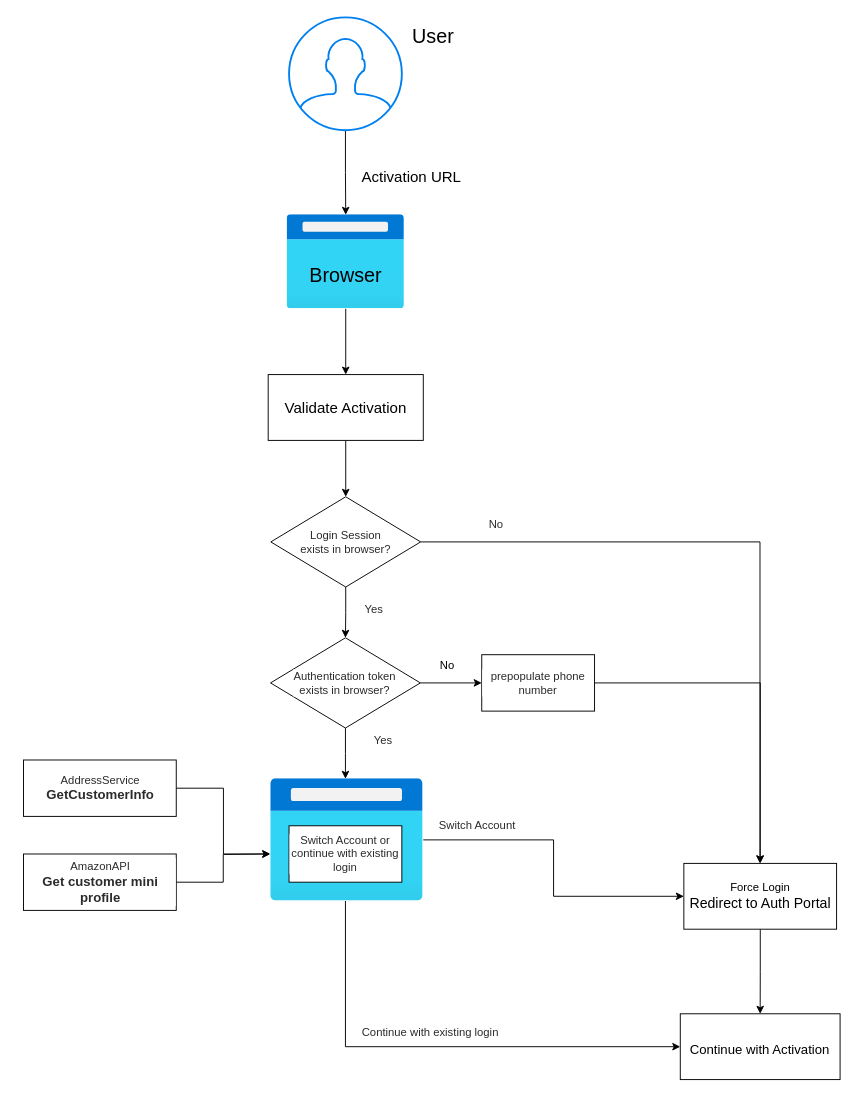
This is V1ActivationNewFlow.drawio from nipunsoni23/Portfolio, a draw.io file, before an edit. Source tidied: cells renumbered, new cells numbered last; positions are measured from the earlier drawing's top-left corner, leaving out a move shared by most shapes. Both pictures are drawn from the tidied source at 94%, with x=0, y=0 at pixel (24, 17).
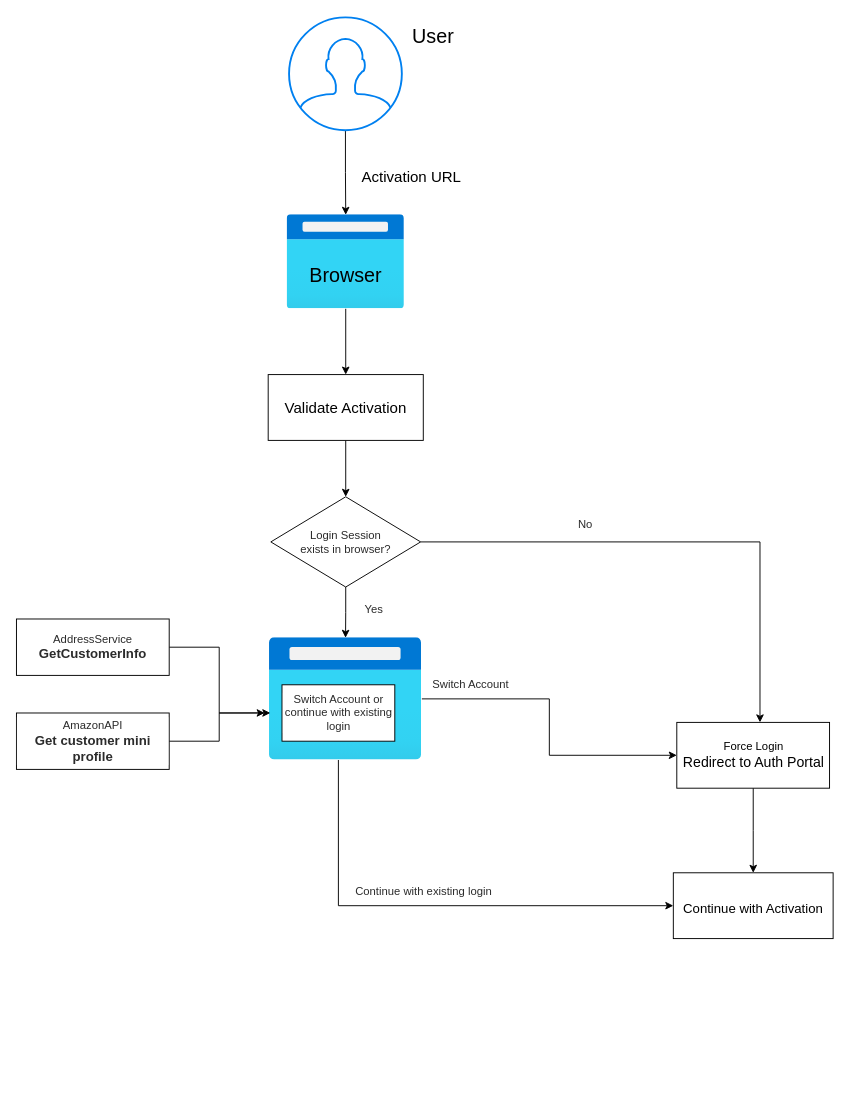
The same page after the edit.

The change refers to these unchanged cells:
```xml
<mxCell id="16" value="&lt;div&gt;Login Session &lt;br&gt;&lt;/div&gt;&lt;div&gt;exists in browser?&lt;/div&gt;" style="rhombus;whiteSpace=wrap;html=1;labelBackgroundColor=#FFFFFF;fontColor=#2B2B2B;" parent="1" vertex="1">
  <mxGeometry x="262.6" y="510" width="159.4" height="96" as="geometry" />
</mxCell>
```

Diff of the diagram source:
```diff
@@
     <mxCell id="9" value="&lt;div&gt;&lt;font style=&quot;font-size: 12px&quot;&gt;Force Login&lt;/font&gt;&lt;/div&gt;&lt;div&gt;&lt;font style=&quot;font-size: 15px&quot;&gt; Redirect to Auth Portal &lt;/font&gt;&lt;/div&gt;" style="rounded=0;whiteSpace=wrap;html=1;" parent="1" vertex="1">
-      <mxGeometry x="702" y="900" width="162.5" height="70" as="geometry" />
+      <mxGeometry x="694.5" y="750" width="162.5" height="70" as="geometry" />
     </mxCell>
@@
     <mxCell id="12" value="&lt;div&gt;&lt;font style=&quot;font-size: 14px&quot;&gt;Continue with Activation&lt;/font&gt;&lt;/div&gt;" style="rounded=0;whiteSpace=wrap;html=1;fontSize=21;" parent="1" vertex="1">
-      <mxGeometry x="698.2" y="1060" width="170" height="70" as="geometry" />
+      <mxGeometry x="690.8" y="910" width="170" height="70" as="geometry" />
     </mxCell>
@@
-    <mxCell id="14" style="edgeStyle=orthogonalEdgeStyle;rounded=0;jettySize=auto;html=1;entryX=0.5;entryY=0;entryDx=0;entryDy=0;fontColor=#2B2B2B;" parent="1" edge="1" source="16" target="20">
-      <mxGeometry relative="1" as="geometry" />
-    </mxCell>
@@
+    <mxCell id="36" style="edgeStyle=orthogonalEdgeStyle;rounded=0;jettySize=auto;html=1;" parent="1" edge="1" source="16" target="23">
+      <mxGeometry relative="1" as="geometry" />
+    </mxCell>
@@
-    <mxCell id="17" style="edgeStyle=orthogonalEdgeStyle;rounded=0;jettySize=auto;html=1;fontColor=#2B2B2B;" parent="1" edge="1" source="20">
-      <mxGeometry relative="1" as="geometry">
-        <mxPoint x="342" y="810" as="targetPoint" />
-      </mxGeometry>
-    </mxCell>
-    <mxCell id="18" style="edgeStyle=orthogonalEdgeStyle;rounded=0;jettySize=auto;html=1;entryX=0.5;entryY=0;entryDx=0;entryDy=0;fontSize=12;fontColor=#2B2B2B;startArrow=none;" parent="1" edge="1" source="33" target="9">
-      <mxGeometry relative="1" as="geometry" />
-    </mxCell>
-    <mxCell id="19" style="edgeStyle=orthogonalEdgeStyle;rounded=0;jettySize=auto;html=1;entryX=0;entryY=0.5;entryDx=0;entryDy=0;fontSize=12;fontColor=#2B2B2B;" parent="1" edge="1" source="20" target="33">
-      <mxGeometry relative="1" as="geometry" />
-    </mxCell>
-    <mxCell id="20" value="&lt;div&gt;Authentication token &lt;br&gt;&lt;/div&gt;&lt;div&gt;exists in browser?&lt;/div&gt;" style="rhombus;whiteSpace=wrap;html=1;labelBackgroundColor=#FFFFFF;fontColor=#2B2B2B;" parent="1" vertex="1">
-      <mxGeometry x="262.3" y="660" width="159.4" height="96" as="geometry" />
-    </mxCell>
@@
     <mxCell id="22" style="edgeStyle=orthogonalEdgeStyle;rounded=0;jettySize=auto;html=1;entryX=0;entryY=0.5;entryDx=0;entryDy=0;fontSize=12;fontColor=#2B2B2B;" parent="1" edge="1" source="23" target="12">
       <mxGeometry relative="1" as="geometry">
         <Array as="points">
-          <mxPoint x="342" y="1095" />
+          <mxPoint x="334.5" y="945" />
         </Array>
       </mxGeometry>
     </mxCell>
     <mxCell id="23" style="html=1;points=[];align=center;image;fontSize=12;image=img/lib/azure2/general/Browser.svg;" parent="1" vertex="1">
-      <mxGeometry x="262.3" y="810" width="162.5" height="130" as="geometry" />
+      <mxGeometry x="260.8" y="660" width="162.5" height="130" as="geometry" />
     </mxCell>
     <mxCell id="24" value="Switch Account or continue with existing login" style="rounded=0;whiteSpace=wrap;html=1;labelBackgroundColor=#FFFFFF;fontColor=#2B2B2B;" parent="1" vertex="1">
-      <mxGeometry x="282" y="860" width="120" height="60" as="geometry" />
+      <mxGeometry x="274.5" y="710" width="120" height="60" as="geometry" />
     </mxCell>
-    <mxCell id="25" style="edgeStyle=orthogonalEdgeStyle;rounded=0;jettySize=auto;html=1;entryX=-0.002;entryY=0.615;entryDx=0;entryDy=0;entryPerimeter=0;fontSize=12;fontColor=#2B2B2B;" parent="1" edge="1" source="26" target="23">
+    <mxCell id="25" style="edgeStyle=orthogonalEdgeStyle;rounded=0;jettySize=auto;html=1;entryX=0.008;entryY=0.615;entryDx=0;entryDy=0;entryPerimeter=0;" parent="1" edge="1" source="26" target="23">
       <mxGeometry relative="1" as="geometry" />
     </mxCell>
     <mxCell id="26" value="&lt;div&gt;AddressService&lt;/div&gt;&lt;div style=&quot;font-size: 14px&quot;&gt;&lt;b&gt;GetCustomerInfo&lt;/b&gt;&lt;br&gt;&lt;/div&gt;" style="rounded=0;whiteSpace=wrap;html=1;labelBackgroundColor=#FFFFFF;fontColor=#2B2B2B;" parent="1" vertex="1">
-      <mxGeometry x="-0.5" y="790" width="162.5" height="60" as="geometry" />
+      <mxGeometry x="-8" y="640" width="162.5" height="60" as="geometry" />
     </mxCell>
-    <mxCell id="27" style="edgeStyle=orthogonalEdgeStyle;rounded=0;jettySize=auto;html=1;fontSize=12;fontColor=#2B2B2B;" parent="1" edge="1" source="28">
-      <mxGeometry relative="1" as="geometry">
-        <mxPoint x="262" y="890" as="targetPoint" />
-      </mxGeometry>
-    </mxCell>
+    <mxCell id="37" style="edgeStyle=orthogonalEdgeStyle;rounded=0;jettySize=auto;html=1;entryX=-0.029;entryY=0.615;entryDx=0;entryDy=0;entryPerimeter=0;" parent="1" edge="1" source="28" target="23">
+      <mxGeometry relative="1" as="geometry" />
+    </mxCell>
     <mxCell id="28" value="&lt;div&gt;&lt;font style=&quot;font-size: 12px&quot;&gt;AmazonAPI&lt;/font&gt;&lt;/div&gt;&lt;div&gt;&lt;b&gt;Get customer mini profile&lt;/b&gt;&lt;br&gt;&lt;/div&gt;" style="rounded=0;whiteSpace=wrap;html=1;labelBackgroundColor=#FFFFFF;fontSize=14;fontColor=#2B2B2B;" parent="1" vertex="1">
-      <mxGeometry x="-0.5" y="890" width="162.5" height="60" as="geometry" />
+      <mxGeometry x="-8" y="740" width="162.5" height="60" as="geometry" />
     </mxCell>
     <mxCell id="29" value="Switch Account" style="text;html=1;align=center;verticalAlign=middle;strokeColor=none;fillColor=none;fontSize=12;fontColor=#2B2B2B;" parent="1" vertex="1">
-      <mxGeometry x="432" y="850" width="100" height="20" as="geometry" />
+      <mxGeometry x="424.5" y="700" width="100" height="20" as="geometry" />
     </mxCell>
-    <mxCell id="30" value="Yes" style="text;html=1;align=center;verticalAlign=middle;strokeColor=none;fillColor=none;fontSize=12;fontColor=#2B2B2B;" parent="1" vertex="1">
-      <mxGeometry x="362" y="760" width="40" height="20" as="geometry" />
-    </mxCell>
@@
     <mxCell id="32" value="No" style="text;html=1;align=center;verticalAlign=middle;strokeColor=none;fillColor=none;fontSize=12;fontColor=#2B2B2B;" parent="1" vertex="1">
-      <mxGeometry x="487" y="530" width="30" height="20" as="geometry" />
+      <mxGeometry x="582" y="530" width="30" height="20" as="geometry" />
     </mxCell>
-    <mxCell id="33" value="prepopulate phone number" style="rounded=0;whiteSpace=wrap;html=1;labelBackgroundColor=#FFFFFF;fontSize=12;fontColor=#2B2B2B;" parent="1" vertex="1">
-      <mxGeometry x="487" y="678" width="120" height="60" as="geometry" />
-    </mxCell>
     <mxCell id="34" value="Continue with existing login" style="text;html=1;align=center;verticalAlign=middle;strokeColor=none;fillColor=none;fontSize=12;fontColor=#2B2B2B;" parent="1" vertex="1">
-      <mxGeometry x="352" y="1070" width="160" height="20" as="geometry" />
+      <mxGeometry x="344.5" y="920" width="160" height="20" as="geometry" />
     </mxCell>
-    <mxCell id="35" value="No" style="text;html=1;align=center;verticalAlign=middle;strokeColor=none;fillColor=none;" parent="1" vertex="1">
-      <mxGeometry x="434.8" y="680" width="30" height="20" as="geometry" />
-    </mxCell>
```
